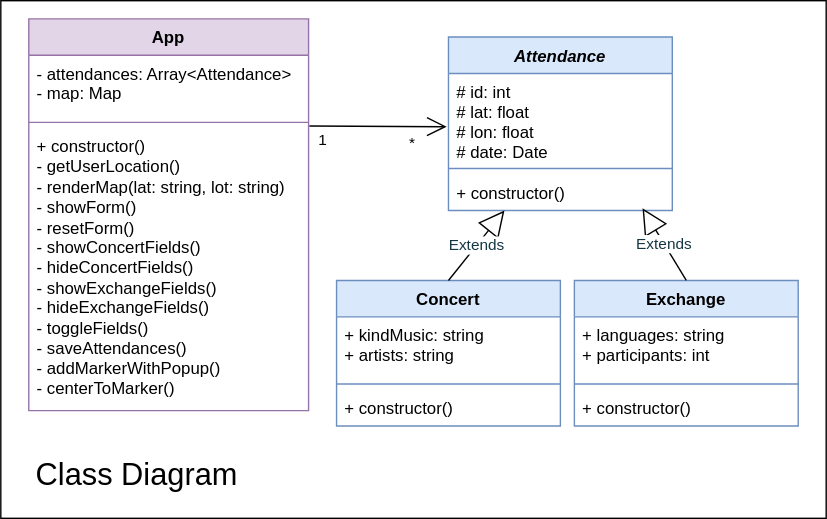
Before: class-diagram.drawio.svg, a diagram exported from draw.io (josenavarrohub/vanilla-js-eventify). Source tidied: cells renumbered, new cells last; positions are measured from the earlier drawing's top-left corner, leaving out a move shared by most shapes.
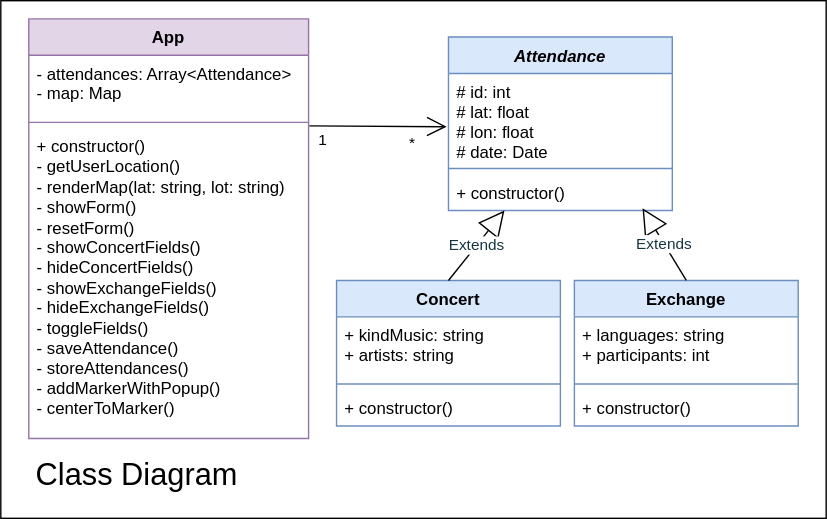
Above is the later version.

The edit, as a diff of the source:
```diff
@@ -51,7 +51,7 @@
       <mxGeometry relative="1" as="geometry" />
     </mxCell>
     <mxCell id="18" value="App" style="swimlane;fontStyle=1;align=center;verticalAlign=top;horizontal=1;startSize=26;whiteSpace=wrap;html=1;swimlaneLine=1;fillColor=#e1d5e7;strokeColor=#9673a6;" parent="1" vertex="1">
-      <mxGeometry x="20" y="13" width="200" height="280" as="geometry" />
+      <mxGeometry x="20" y="13" width="200" height="300" as="geometry" />
     </mxCell>
     <mxCell id="19" value="- attendances: Array&amp;lt;Attendance&amp;gt;&lt;br&gt;- map: Map" style="text;strokeColor=none;fillColor=none;align=left;verticalAlign=top;spacingLeft=4;spacingRight=4;overflow=hidden;whiteSpace=wrap;html=1;" parent="18" vertex="1">
       <mxGeometry y="26" width="200" height="44" as="geometry" />
@@ -59,8 +59,8 @@
     <mxCell id="20" style="line;strokeWidth=1;fillColor=none;align=left;verticalAlign=middle;spacingTop=-1;spacingLeft=3;spacingRight=3;labelPosition=right;strokeColor=inherit;" parent="18" vertex="1">
       <mxGeometry y="70" width="200" height="8" as="geometry" />
     </mxCell>
-    <mxCell id="21" value="+ constructor()&lt;br&gt;- getUserLocation()&lt;br&gt;- renderMap(lat: string, lot: string)&lt;br&gt;- showForm()&lt;br&gt;- resetForm()&lt;br&gt;- showConcertFields()&lt;br&gt;- hideConcertFields()&lt;br&gt;- showExchangeFields()&lt;br&gt;- hideExchangeFields()&lt;br&gt;- toggleFields()&lt;br&gt;- saveAttendances()&lt;br&gt;-&amp;nbsp;addMarkerWithPopup()&lt;br&gt;- centerToMarker()" style="text;strokeColor=none;fillColor=none;align=left;verticalAlign=top;spacingLeft=4;spacingRight=4;overflow=hidden;points=[[0,0.5],[1,0.5]];portConstraint=eastwest;whiteSpace=wrap;html=1;" parent="18" vertex="1">
-      <mxGeometry y="78" width="200" height="202" as="geometry" />
+    <mxCell id="21" value="+ constructor()&lt;br&gt;- getUserLocation()&lt;br&gt;- renderMap(lat: string, lot: string)&lt;br&gt;- showForm()&lt;br&gt;- resetForm()&lt;br&gt;- showConcertFields()&lt;br&gt;- hideConcertFields()&lt;br&gt;- showExchangeFields()&lt;br&gt;- hideExchangeFields()&lt;br&gt;- toggleFields()&lt;br&gt;- saveAttendance()&lt;br&gt;- storeAttendances()&lt;br&gt;-&amp;nbsp;addMarkerWithPopup()&lt;br&gt;- centerToMarker()" style="text;strokeColor=none;fillColor=none;align=left;verticalAlign=top;spacingLeft=4;spacingRight=4;overflow=hidden;points=[[0,0.5],[1,0.5]];portConstraint=eastwest;whiteSpace=wrap;html=1;" parent="18" vertex="1">
+      <mxGeometry y="78" width="200" height="222" as="geometry" />
     </mxCell>
     <mxCell id="22" style="endArrow=open;endFill=1;endSize=12;html=1;rounded=0;exitX=1.003;exitY=-0.007;exitDx=0;exitDy=0;exitPerimeter=0;entryX=-0.008;entryY=0.595;entryDx=0;entryDy=0;entryPerimeter=0;" parent="1" edge="1" source="21" target="5">
       <mxGeometry relative="1" as="geometry" />
```
